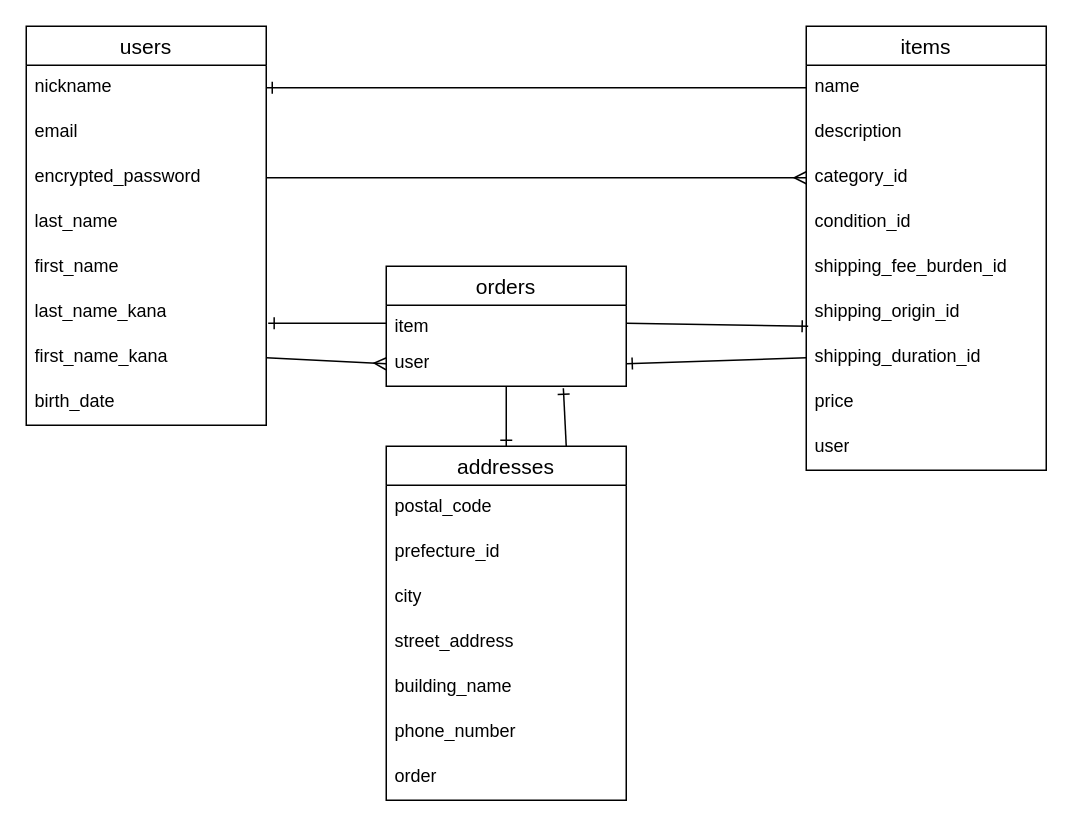
Earlier version of the draw.io diagram furima-42436.dio (koki0809/furima-42436). Source tidied: cells renumbered, new cells numbered last; positions are measured from the earlier drawing's top-left corner, leaving out a move shared by most shapes. Both pictures are drawn from the tidied source at 150%, with x=0, y=0 at pixel (26, 26).
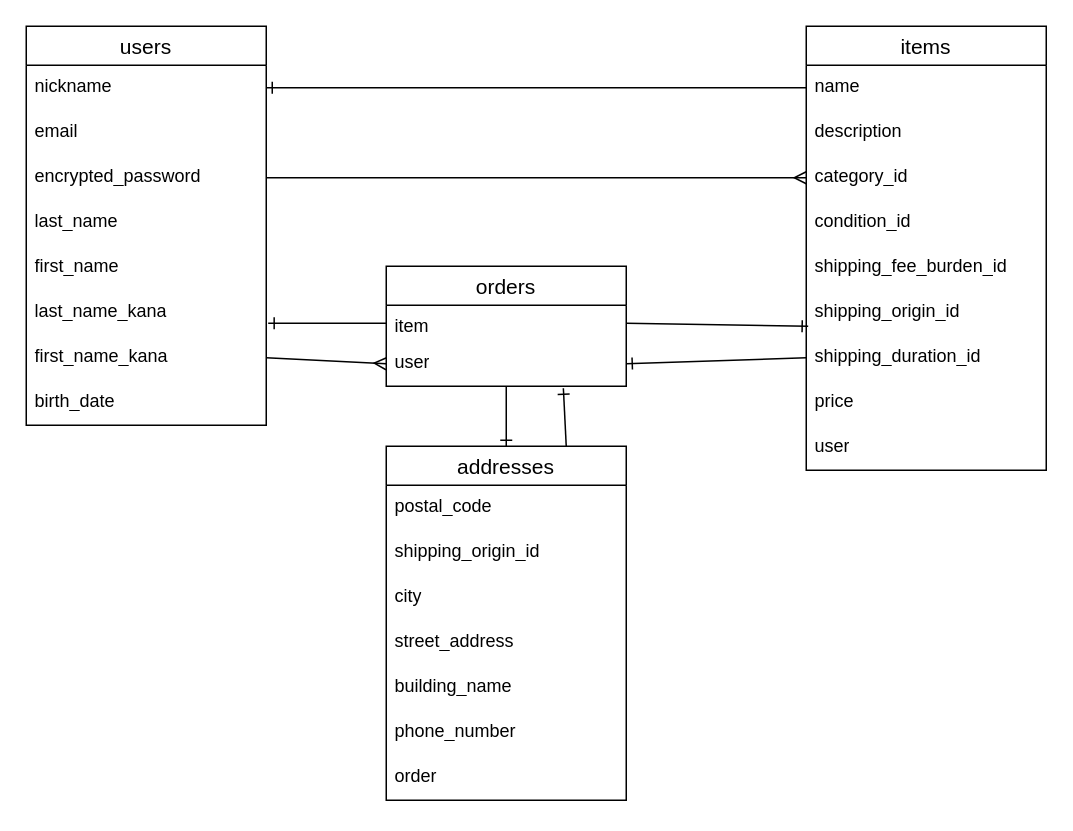
The same diagram, later.

Commit message (it also covers changes not shown here):
-m　都道府県カラムの修正

Unchanged cells that the change refers to:
```xml
<mxCell id="23" value="addresses" style="swimlane;fontStyle=0;horizontal=1;startSize=26;align=center;fontSize=14;" parent="1" vertex="1">
  <mxGeometry x="240" y="280" width="160" height="236" as="geometry" />
</mxCell>
```

The edit, as a diff of the source:
```diff
@@
-    <mxCell id="25" value="prefecture_id" style="text;strokeColor=none;fillColor=none;spacingLeft=4;spacingRight=4;overflow=hidden;fontSize=12;whiteSpace=wrap;html=1;" parent="23" vertex="1">
-      <mxGeometry y="56" width="160" height="30" as="geometry" />
-    </mxCell>
+    <mxCell id="40" value="shipping_origin_id" style="text;strokeColor=none;fillColor=none;spacingLeft=4;spacingRight=4;overflow=hidden;fontSize=12;whiteSpace=wrap;html=1;" parent="23" vertex="1">
+      <mxGeometry y="56" width="160" height="30" as="geometry" />
+    </mxCell>
```
